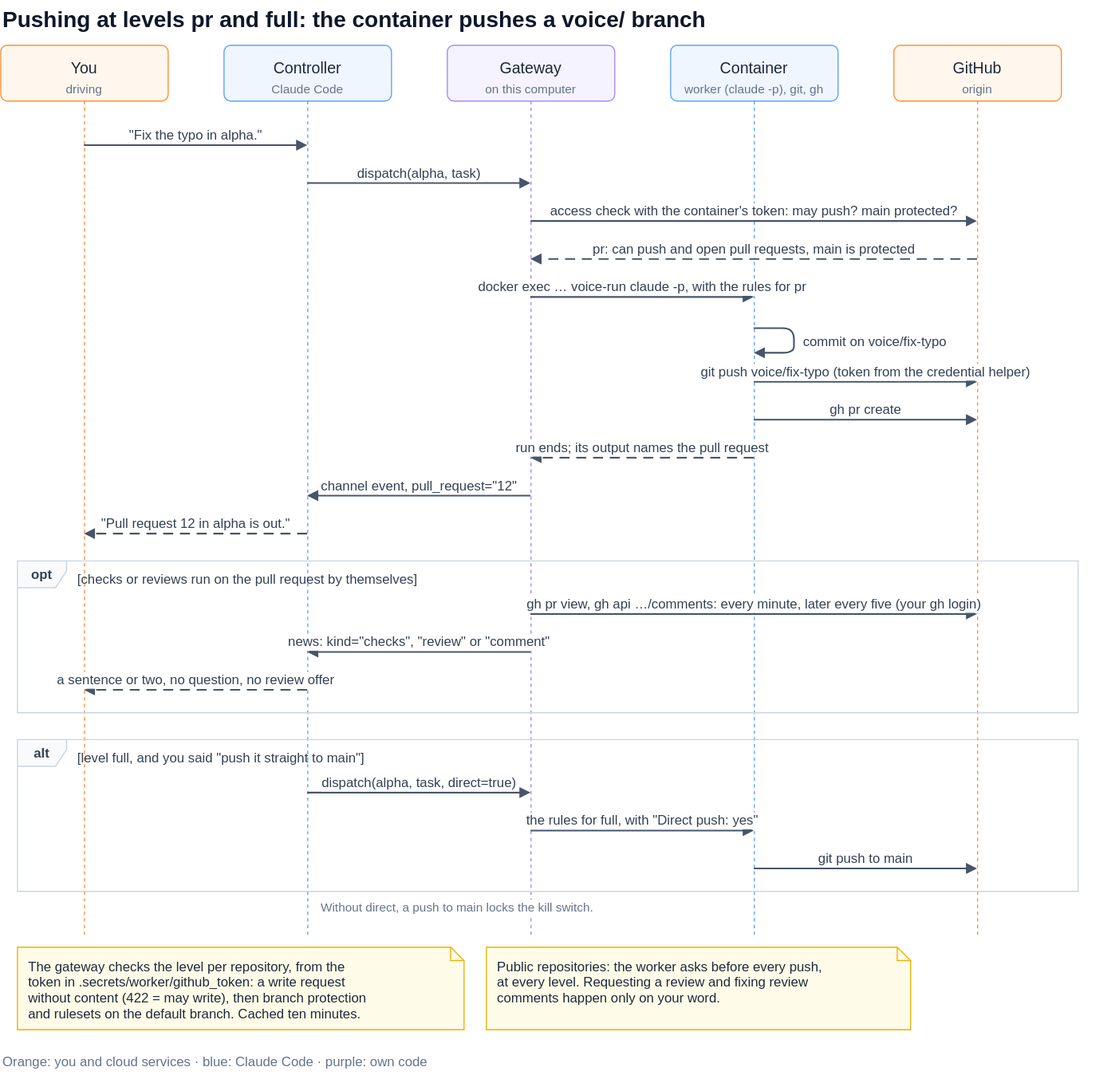
Above: docs/push-pr.drawio.svg in alderg/cc-voice-gateway (draw.io), before the change. Source tidied: cells renumbered, new cells last; positions are measured from the earlier drawing's top-left corner, leaving out a move shared by most shapes.
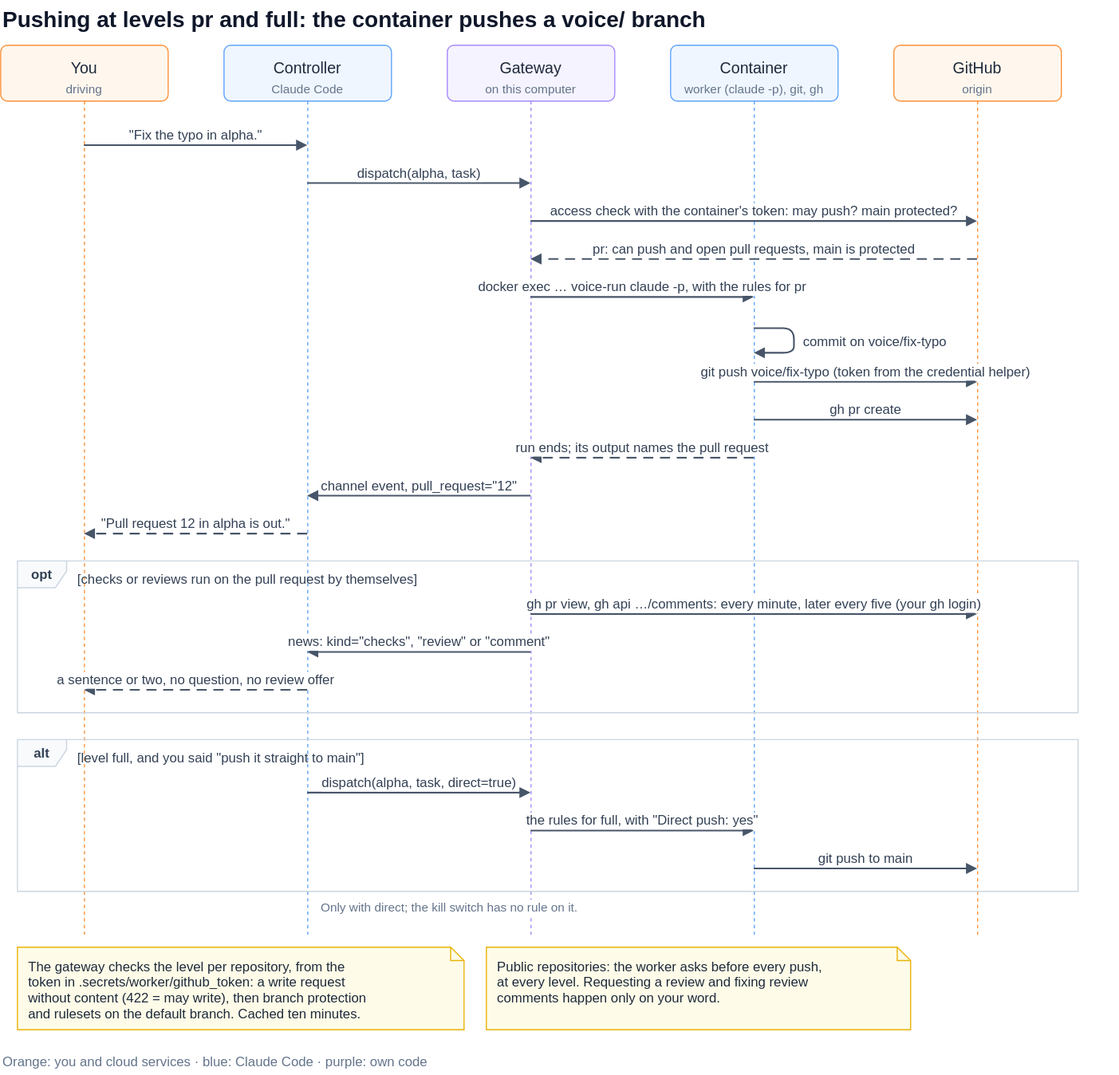
The same file after the commit.

Change to the diagram source:
```diff
@@ -172,7 +172,7 @@
     <mxCell id="34" value="[level full, and you said &quot;push it straight to main&quot;]" style="text;html=0;fontSize=12;align=left;verticalAlign=top;spacingTop=3;strokeColor=none;fillColor=none;fontColor=#334155;" parent="1" vertex="1">
       <mxGeometry x="67" y="662" width="890" height="24" as="geometry" />
     </mxCell>
-    <mxCell id="35" value="Without direct, a push to main locks the kill switch." style="text;html=0;fontSize=11;align=left;verticalAlign=middle;strokeColor=none;fillColor=none;fontStyle=0;fontColor=#64748B;labelBackgroundColor=#FFFFFF;" parent="1" vertex="1">
+    <mxCell id="35" value="Only with direct; the kill switch has no rule on it." style="text;html=0;fontSize=11;align=left;verticalAlign=middle;strokeColor=none;fillColor=none;fontStyle=0;fontColor=#64748B;labelBackgroundColor=#FFFFFF;" parent="1" vertex="1">
       <mxGeometry x="285" y="802" width="500" height="20" as="geometry" />
     </mxCell>
     <mxCell id="36" value="The gateway checks the level per repository, from the&#10;token in .secrets/worker/github_token: a write request&#10;without content (422 = may write), then branch protection&#10;and rulesets on the default branch. Cached ten minutes." style="shape=note;size=12;html=0;fontSize=12;align=left;verticalAlign=top;spacingLeft=8;spacingTop=4;fillColor=#FEFCE8;strokeColor=#EAB308;strokeWidth=1;fontColor=#1E293B;" parent="1" vertex="1">
```
